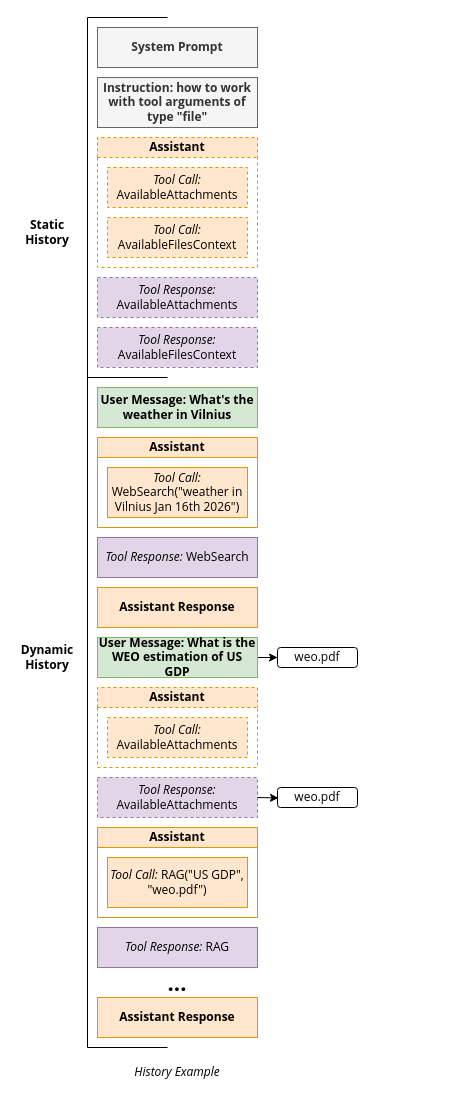
Above: page "history" (3 of 6) of docs/content/drawio/agent.drawio in epam/ai-dial-quickapps-backend (draw.io), before the change. Source tidied: cells renumbered, new cells numbered last; positions are measured from the earlier drawing's top-left corner, leaving out a move shared by most shapes. Both pictures are drawn from the tidied source at 100%, with x=0, y=0 at pixel (17, 17).
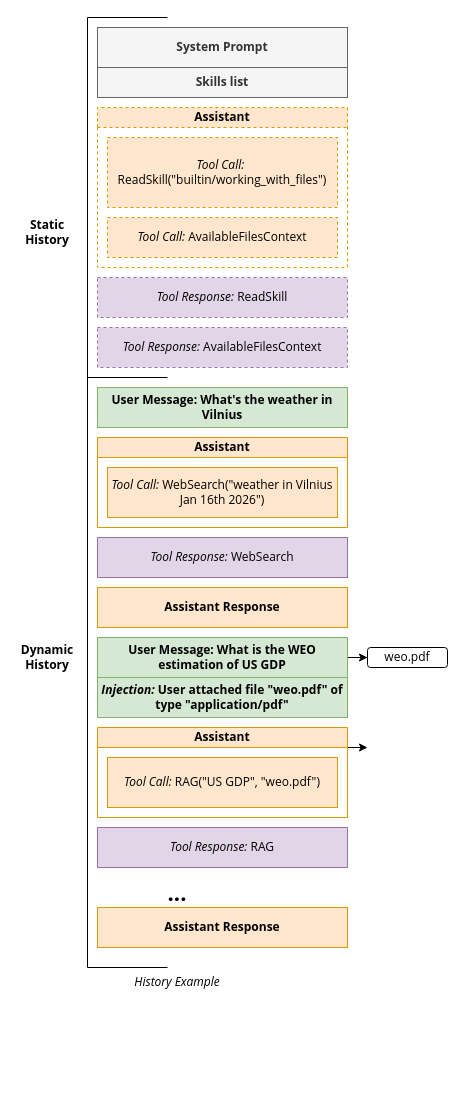
The same page after the edit.

Commit message (it also covers changes not shown here):
feat: enhance attachment processing in context files and update diagram layout

What changed in the source:
```diff
@@
     <mxCell id="2" value="System Prompt" style="rounded=0;whiteSpace=wrap;html=1;fillColor=#f5f5f5;strokeColor=#666666;fontColor=#333333;fontStyle=1;fontFamily=Open Sans;" parent="1" vertex="1">
-      <mxGeometry x="80" y="10" width="160" height="40" as="geometry" />
+      <mxGeometry x="80" y="10" width="250" height="40" as="geometry" />
     </mxCell>
     <mxCell id="3" value="Assistant" style="swimlane;whiteSpace=wrap;html=1;startSize=20;fillColor=#ffe6cc;strokeColor=#d79b00;fontStyle=1;fontFamily=Open Sans;dashed=1;" parent="1" vertex="1">
-      <mxGeometry x="80" y="120" width="160" height="130" as="geometry" />
+      <mxGeometry x="80" y="90" width="250" height="160" as="geometry" />
     </mxCell>
-    <mxCell id="4" value="&lt;i&gt;Tool Call:&lt;/i&gt; AvailableAttachments" style="rounded=0;whiteSpace=wrap;html=1;fillColor=#ffe6cc;strokeColor=#d79b00;fontFamily=Open Sans;dashed=1;" parent="3" vertex="1">
-      <mxGeometry x="10" y="30" width="140" height="40" as="geometry" />
+    <mxCell id="4" value="&lt;i&gt;Tool Call:&lt;/i&gt;&amp;nbsp;&lt;div&gt;&lt;span style=&quot;background-color: transparent; color: light-dark(rgb(0, 0, 0), rgb(255, 255, 255));&quot;&gt;ReadSkill(&lt;/span&gt;&lt;span style=&quot;background-color: transparent; color: light-dark(rgb(0, 0, 0), rgb(255, 255, 255));&quot;&gt;&quot;builtin/working_with_files&quot;)&lt;/span&gt;&lt;/div&gt;" style="rounded=0;whiteSpace=wrap;html=1;fillColor=#ffe6cc;strokeColor=#d79b00;fontFamily=Open Sans;dashed=1;" parent="3" vertex="1">
+      <mxGeometry x="10" y="30" width="230" height="70" as="geometry" />
     </mxCell>
     <mxCell id="5" value="&lt;i&gt;Tool Call:&lt;/i&gt; AvailableFilesContext" style="rounded=0;whiteSpace=wrap;html=1;fillColor=#ffe6cc;strokeColor=#d79b00;fontFamily=Open Sans;dashed=1;" parent="3" vertex="1">
-      <mxGeometry x="10" y="80" width="140" height="40" as="geometry" />
+      <mxGeometry x="10" y="110" width="230" height="40" as="geometry" />
     </mxCell>
-    <mxCell id="6" value="&lt;i&gt;Tool Response:&lt;/i&gt; AvailableAttachments" style="rounded=0;whiteSpace=wrap;html=1;fillColor=#e1d5e7;strokeColor=#9673a6;fontFamily=Open Sans;dashed=1;" parent="1" vertex="1">
-      <mxGeometry x="80" y="260" width="160" height="40" as="geometry" />
+    <mxCell id="6" value="&lt;i&gt;Tool Response:&lt;/i&gt;&amp;nbsp;ReadSkill" style="rounded=0;whiteSpace=wrap;html=1;fillColor=#e1d5e7;strokeColor=#9673a6;fontFamily=Open Sans;dashed=1;" parent="1" vertex="1">
+      <mxGeometry x="80" y="260" width="250" height="40" as="geometry" />
     </mxCell>
     <mxCell id="7" style="endArrow=none;html=1;rounded=0;fontFamily=Open Sans;" parent="1" edge="1">
       <mxGeometry relative="1" as="geometry">
-        <mxPoint x="70" y="1030" as="sourcePoint" />
+        <mxPoint x="70" y="950" as="sourcePoint" />
         <mxPoint x="70" as="targetPoint" />
       </mxGeometry>
     </mxCell>
@@
     <mxCell id="10" value="User Message: What's the weather in Vilnius" style="rounded=0;whiteSpace=wrap;html=1;fillColor=#d5e8d4;strokeColor=#82b366;fontStyle=1;fontFamily=Open Sans;" parent="1" vertex="1">
-      <mxGeometry x="80" y="370" width="160" height="40" as="geometry" />
+      <mxGeometry x="80" y="370" width="250" height="40" as="geometry" />
     </mxCell>
     <mxCell id="11" value="Assistant" style="swimlane;whiteSpace=wrap;html=1;startSize=20;fillColor=#ffe6cc;strokeColor=#d79b00;fontFamily=Open Sans;" parent="1" vertex="1">
-      <mxGeometry x="80" y="420" width="160" height="90" as="geometry" />
+      <mxGeometry x="80" y="420" width="250" height="90" as="geometry" />
     </mxCell>
     <mxCell id="12" value="&lt;i&gt;Tool Call: &lt;/i&gt;WebSearch(&quot;weather in Vilnius Jan 16th 2026&quot;)" style="rounded=0;whiteSpace=wrap;html=1;fillColor=#ffe6cc;strokeColor=#d79b00;fontFamily=Open Sans;" parent="11" vertex="1">
-      <mxGeometry x="10" y="30" width="140" height="50" as="geometry" />
+      <mxGeometry x="10" y="30" width="230" height="50" as="geometry" />
     </mxCell>
     <mxCell id="13" value="&lt;i&gt;Tool Response: &lt;/i&gt;WebSearch" style="rounded=0;whiteSpace=wrap;html=1;fillColor=#e1d5e7;strokeColor=#9673a6;fontFamily=Open Sans;" parent="1" vertex="1">
-      <mxGeometry x="80" y="520" width="160" height="40" as="geometry" />
+      <mxGeometry x="80" y="520" width="250" height="40" as="geometry" />
     </mxCell>
     <mxCell id="14" value="Assistant Response" style="rounded=0;whiteSpace=wrap;html=1;fillColor=#ffe6cc;strokeColor=#d79b00;fontStyle=1;fontFamily=Open Sans;" parent="1" vertex="1">
-      <mxGeometry x="80" y="570" width="160" height="40" as="geometry" />
+      <mxGeometry x="80" y="570" width="250" height="40" as="geometry" />
     </mxCell>
@@
     <mxCell id="16" style="endArrow=none;html=1;rounded=0;fontFamily=Open Sans;" parent="1" edge="1">
       <mxGeometry relative="1" as="geometry">
-        <mxPoint x="70" y="1030" as="sourcePoint" />
-        <mxPoint x="150" y="1030" as="targetPoint" />
+        <mxPoint x="70" y="950" as="sourcePoint" />
+        <mxPoint x="150" y="950" as="targetPoint" />
       </mxGeometry>
     </mxCell>
@@
     <mxCell id="19" value="User Message: What is the WEO estimation of US GDP" style="rounded=0;whiteSpace=wrap;html=1;fillColor=#d5e8d4;strokeColor=#82b366;fontStyle=1;fontFamily=Open Sans;" parent="1" vertex="1">
-      <mxGeometry x="80" y="620" width="160" height="40" as="geometry" />
+      <mxGeometry x="80" y="620" width="250" height="40" as="geometry" />
     </mxCell>
     <mxCell id="20" value="..." style="text;html=1;align=center;verticalAlign=middle;whiteSpace=wrap;rounded=0;fontStyle=1;fontSize=22;fontFamily=Open Sans;" parent="1" vertex="1">
-      <mxGeometry x="130" y="950" width="60" height="30" as="geometry" />
+      <mxGeometry x="130" y="860" width="60" height="30" as="geometry" />
     </mxCell>
     <mxCell id="21" value="Assistant Response" style="rounded=0;whiteSpace=wrap;html=1;fillColor=#ffe6cc;strokeColor=#d79b00;fontStyle=1;fontFamily=Open Sans;" parent="1" vertex="1">
-      <mxGeometry x="80" y="980" width="160" height="40" as="geometry" />
+      <mxGeometry x="80" y="890" width="250" height="40" as="geometry" />
     </mxCell>
     <mxCell id="22" value="History Example" style="text;strokeColor=none;fillColor=none;align=center;verticalAlign=middle;spacingLeft=4;spacingRight=4;overflow=hidden;whiteSpace=wrap;html=1;fontStyle=2;fontFamily=Open Sans;" parent="1" vertex="1">
-      <mxGeometry x="70" y="1040" width="180" height="30" as="geometry" />
+      <mxGeometry x="70" y="950" width="180" height="30" as="geometry" />
     </mxCell>
-    <mxCell id="23" value="Instruction: how to work with tool arguments of type &quot;file&quot;" style="rounded=0;whiteSpace=wrap;html=1;fillColor=#f5f5f5;strokeColor=#666666;fontColor=#333333;fontStyle=1;fontFamily=Open Sans;" parent="1" vertex="1">
-      <mxGeometry x="80" y="60" width="160" height="50" as="geometry" />
+    <mxCell id="23" value="Skills list" style="rounded=0;whiteSpace=wrap;html=1;fillColor=#f5f5f5;strokeColor=#666666;fontColor=#333333;fontStyle=1;fontFamily=Open Sans;" parent="1" vertex="1">
+      <mxGeometry x="80" y="50" width="250" height="30" as="geometry" />
     </mxCell>
     <mxCell id="24" value="&lt;i&gt;Tool Response:&lt;/i&gt; AvailableFilesContext" style="rounded=0;whiteSpace=wrap;html=1;fillColor=#e1d5e7;strokeColor=#9673a6;fontFamily=Open Sans;dashed=1;" parent="1" vertex="1">
-      <mxGeometry x="80" y="310" width="160" height="40" as="geometry" />
+      <mxGeometry x="80" y="310" width="250" height="40" as="geometry" />
     </mxCell>
-    <mxCell id="25" value="Assistant" style="swimlane;whiteSpace=wrap;html=1;startSize=20;fillColor=#ffe6cc;strokeColor=#d79b00;fontStyle=1;fontFamily=Open Sans;dashed=1;" parent="1" vertex="1">
-      <mxGeometry x="80" y="670" width="160" height="80" as="geometry" />
-    </mxCell>
-    <mxCell id="26" value="&lt;i&gt;Tool Call:&lt;/i&gt; AvailableAttachments" style="rounded=0;whiteSpace=wrap;html=1;fillColor=#ffe6cc;strokeColor=#d79b00;fontFamily=Open Sans;dashed=1;" parent="25" vertex="1">
-      <mxGeometry x="10" y="30" width="140" height="40" as="geometry" />
-    </mxCell>
     <mxCell id="27" value="weo.pdf" style="rounded=1;whiteSpace=wrap;html=1;fontFamily=Open Sans;" parent="1" vertex="1">
-      <mxGeometry x="260" y="630" width="80" height="20" as="geometry" />
+      <mxGeometry x="350" y="630" width="80" height="20" as="geometry" />
     </mxCell>
-    <mxCell id="28" value="&lt;i&gt;Tool Response:&lt;/i&gt; AvailableAttachments" style="rounded=0;whiteSpace=wrap;html=1;fillColor=#e1d5e7;strokeColor=#9673a6;fontFamily=Open Sans;dashed=1;" parent="1" vertex="1">
-      <mxGeometry x="80" y="760" width="160" height="40" as="geometry" />
-    </mxCell>
-    <mxCell id="29" style="edgeStyle=orthogonalEdgeStyle;rounded=0;jettySize=auto;html=1;fontFamily=Open Sans;" parent="1" edge="1" target="30">
+    <mxCell id="29" style="edgeStyle=orthogonalEdgeStyle;rounded=0;orthogonalLoop=1;jettySize=auto;html=1;fontFamily=Open Sans;exitX=1;exitY=0.5;exitDx=0;exitDy=0;" parent="1" edge="1">
       <mxGeometry relative="1" as="geometry">
-        <mxPoint x="240" y="780" as="sourcePoint" />
+        <mxPoint x="330" y="730" as="sourcePoint" />
+        <mxPoint x="350" y="730" as="targetPoint" />
       </mxGeometry>
     </mxCell>
-    <mxCell id="30" value="weo.pdf" style="rounded=1;whiteSpace=wrap;html=1;fontFamily=Open Sans;" parent="1" vertex="1">
-      <mxGeometry x="260" y="770" width="80" height="20" as="geometry" />
-    </mxCell>
     <mxCell id="31" value="Assistant" style="swimlane;whiteSpace=wrap;html=1;startSize=20;fillColor=#ffe6cc;strokeColor=#d79b00;fontFamily=Open Sans;" parent="1" vertex="1">
-      <mxGeometry x="80" y="810" width="160" height="90" as="geometry" />
+      <mxGeometry x="80" y="710" width="250" height="90" as="geometry" />
     </mxCell>
     <mxCell id="32" value="&lt;i&gt;Tool Call:&lt;/i&gt; RAG(&quot;US GDP&quot;, &quot;weo.pdf&quot;)" style="rounded=0;whiteSpace=wrap;html=1;fillColor=#ffe6cc;strokeColor=#d79b00;fontFamily=Open Sans;" parent="31" vertex="1">
-      <mxGeometry x="10" y="30" width="140" height="50" as="geometry" />
+      <mxGeometry x="10" y="30" width="230" height="50" as="geometry" />
     </mxCell>
     <mxCell id="33" value="&lt;i&gt;Tool Response:&lt;/i&gt; RAG" style="rounded=0;whiteSpace=wrap;html=1;fillColor=#e1d5e7;strokeColor=#9673a6;fontFamily=Open Sans;" parent="1" vertex="1">
-      <mxGeometry x="80" y="910" width="160" height="40" as="geometry" />
+      <mxGeometry x="80" y="810" width="250" height="40" as="geometry" />
     </mxCell>
+    <mxCell id="34" value="&lt;i&gt;Injection: &lt;/i&gt;User attached file &quot;weo.pdf&quot; of type &quot;application/pdf&quot;" style="rounded=0;whiteSpace=wrap;html=1;fillColor=#d5e8d4;strokeColor=#82b366;fontStyle=1;fontFamily=Open Sans;" parent="1" vertex="1">
+      <mxGeometry x="80" y="660" width="250" height="40" as="geometry" />
+    </mxCell>
```
